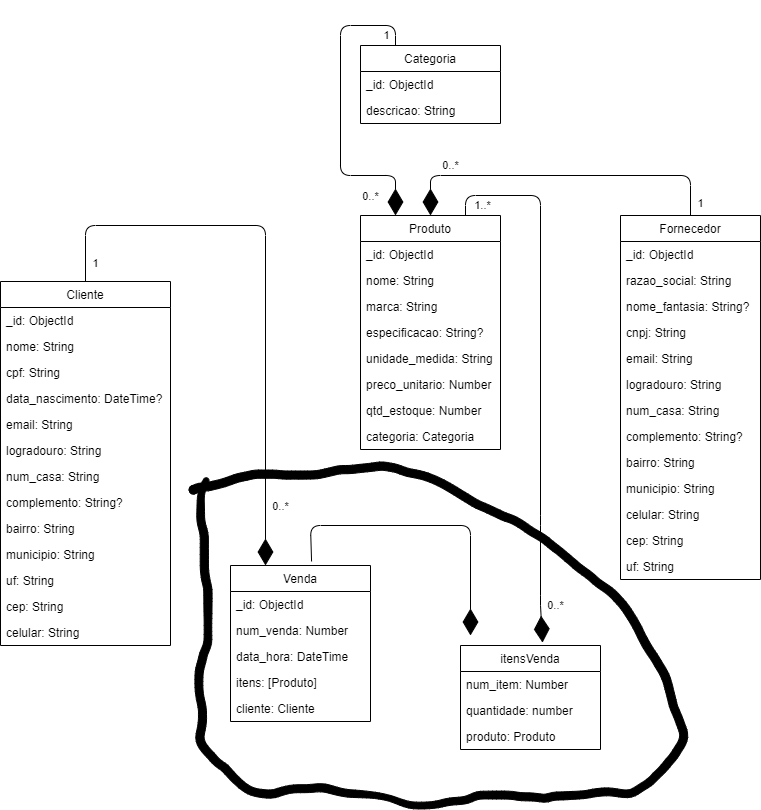
Earlier version of the draw.io export docs/NoAM.png (faustocintra/bn-not-2024-2). Source tidied: cells renumbered, new cells last; positions are measured from the earlier drawing's top-left corner, leaving out a move shared by most shapes.
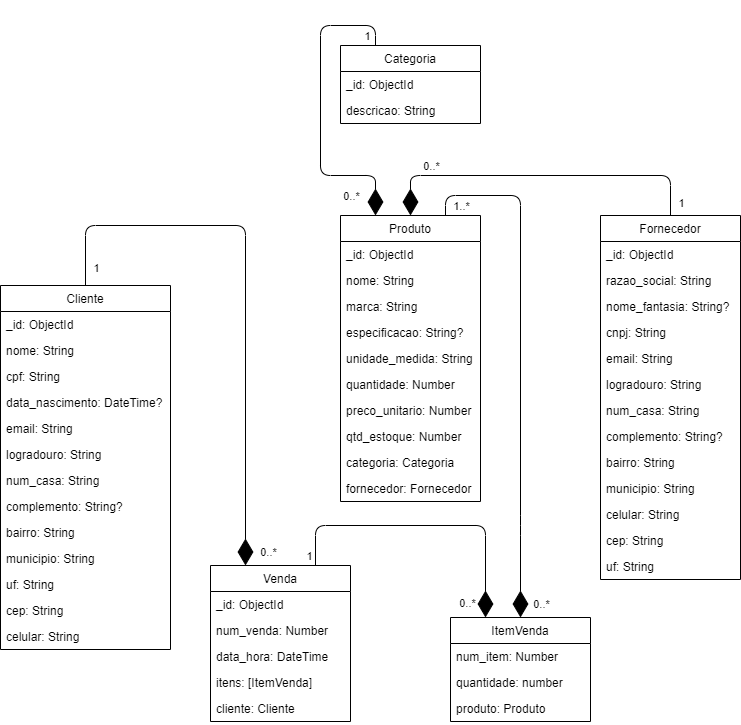
After the change.

The edit, as a diff of the source:
```diff
@@ -3,7 +3,7 @@
     <mxCell id="0" />
     <mxCell id="1" parent="0" />
     <mxCell id="2" value="Cliente" style="swimlane;fontStyle=0;horizontal=1;startSize=26;fillColor=none;" parent="1" vertex="1">
-      <mxGeometry y="256" width="170" height="364" as="geometry" />
+      <mxGeometry x="20" y="260" width="170" height="364" as="geometry" />
     </mxCell>
     <mxCell id="3" value="_id: ObjectId" style="text;strokeColor=none;fillColor=none;align=left;verticalAlign=top;spacingLeft=4;spacingRight=4;overflow=hidden;" parent="2" vertex="1">
       <mxGeometry y="26" width="170" height="26" as="geometry" />
@@ -45,7 +45,7 @@
       <mxGeometry y="338" width="170" height="26" as="geometry" />
     </mxCell>
     <mxCell id="16" value="Produto" style="swimlane;fontStyle=0;horizontal=1;startSize=26;fillColor=none;" parent="1" vertex="1">
-      <mxGeometry x="360" y="190" width="140" height="234" as="geometry" />
+      <mxGeometry x="360" y="190" width="140" height="286" as="geometry" />
     </mxCell>
     <mxCell id="17" value="_id: ObjectId" style="text;strokeColor=none;fillColor=none;align=left;verticalAlign=top;spacingLeft=4;spacingRight=4;overflow=hidden;" parent="16" vertex="1">
       <mxGeometry y="26" width="140" height="26" as="geometry" />
@@ -62,15 +62,21 @@
     <mxCell id="21" value="unidade_medida: String" style="text;strokeColor=none;fillColor=none;align=left;verticalAlign=top;spacingLeft=4;spacingRight=4;overflow=hidden;" parent="16" vertex="1">
       <mxGeometry y="130" width="140" height="26" as="geometry" />
     </mxCell>
+    <mxCell id="66" value="quantidade: Number" style="text;strokeColor=none;fillColor=none;align=left;verticalAlign=top;spacingLeft=4;spacingRight=4;overflow=hidden;" parent="16" vertex="1">
+      <mxGeometry y="156" width="140" height="26" as="geometry" />
+    </mxCell>
     <mxCell id="22" value="preco_unitario: Number" style="text;strokeColor=none;fillColor=none;align=left;verticalAlign=top;spacingLeft=4;spacingRight=4;overflow=hidden;" parent="16" vertex="1">
-      <mxGeometry y="156" width="140" height="26" as="geometry" />
+      <mxGeometry y="182" width="140" height="26" as="geometry" />
     </mxCell>
     <mxCell id="23" value="qtd_estoque: Number" style="text;strokeColor=none;fillColor=none;align=left;verticalAlign=top;spacingLeft=4;spacingRight=4;overflow=hidden;" parent="16" vertex="1">
-      <mxGeometry y="182" width="140" height="26" as="geometry" />
+      <mxGeometry y="208" width="140" height="26" as="geometry" />
     </mxCell>
     <mxCell id="24" value="categoria: Categoria" style="text;strokeColor=none;fillColor=none;align=left;verticalAlign=top;spacingLeft=4;spacingRight=4;overflow=hidden;" parent="16" vertex="1">
-      <mxGeometry y="208" width="140" height="26" as="geometry" />
+      <mxGeometry y="234" width="140" height="26" as="geometry" />
     </mxCell>
+    <mxCell id="67" value="fornecedor: Fornecedor" style="text;strokeColor=none;fillColor=none;align=left;verticalAlign=top;spacingLeft=4;spacingRight=4;overflow=hidden;" parent="16" vertex="1">
+      <mxGeometry y="260" width="140" height="26" as="geometry" />
+    </mxCell>
     <mxCell id="25" value="Categoria" style="swimlane;fontStyle=0;horizontal=1;startSize=26;fillColor=none;" parent="1" vertex="1">
       <mxGeometry x="360" y="20" width="140" height="78" as="geometry" />
     </mxCell>
@@ -92,7 +98,7 @@
     <mxCell id="31" value="data_hora: DateTime" style="text;strokeColor=none;fillColor=none;align=left;verticalAlign=top;spacingLeft=4;spacingRight=4;overflow=hidden;" parent="28" vertex="1">
       <mxGeometry y="78" width="140" height="26" as="geometry" />
     </mxCell>
-    <mxCell id="32" value="itens: [Produto]" style="text;strokeColor=none;fillColor=none;align=left;verticalAlign=top;spacingLeft=4;spacingRight=4;overflow=hidden;" parent="28" vertex="1">
+    <mxCell id="32" value="itens: [ItemVenda]" style="text;strokeColor=none;fillColor=none;align=left;verticalAlign=top;spacingLeft=4;spacingRight=4;overflow=hidden;" parent="28" vertex="1">
       <mxGeometry y="104" width="140" height="26" as="geometry" />
     </mxCell>
     <mxCell id="33" value="cliente: Cliente" style="text;strokeColor=none;fillColor=none;align=left;verticalAlign=top;spacingLeft=4;spacingRight=4;overflow=hidden;" parent="28" vertex="1">
@@ -143,7 +149,7 @@
     <mxCell id="48" style="endArrow=diamondThin;endFill=1;endSize=24;html=1;exitX=0.5;exitY=0;exitDx=0;exitDy=0;entryX=0.25;entryY=0;entryDx=0;entryDy=0;" parent="1" edge="1" source="2" target="28">
       <mxGeometry relative="1" as="geometry">
         <Array as="points">
-          <mxPoint x="85" y="200" />
+          <mxPoint x="105" y="200" />
           <mxPoint x="265" y="200" />
         </Array>
       </mxGeometry>
@@ -155,16 +161,15 @@
     </mxCell>
     <mxCell id="50" value="0..*" style="edgeLabel;html=1;align=center;verticalAlign=middle;" parent="48" vertex="1">
       <mxGeometry x="0.79" y="-1" relative="1" as="geometry">
-        <mxPoint x="16" as="offset" />
+        <mxPoint x="23" y="44" as="offset" />
       </mxGeometry>
     </mxCell>
-    <mxCell id="51" style="endArrow=diamondThin;endFill=1;endSize=24;html=1;exitX=0.75;exitY=0;exitDx=0;exitDy=0;entryX=0.586;entryY=-0.028;entryDx=0;entryDy=0;entryPerimeter=0;" parent="1" edge="1" source="16" target="60">
+    <mxCell id="51" style="endArrow=diamondThin;endFill=1;endSize=24;html=1;exitX=0.75;exitY=0;exitDx=0;exitDy=0;entryX=0.5;entryY=0;entryDx=0;entryDy=0;" parent="1" edge="1" source="16" target="60">
       <mxGeometry relative="1" as="geometry">
         <Array as="points">
           <mxPoint x="465" y="170" />
           <mxPoint x="540" y="170" />
           <mxPoint x="540" y="500" />
-          <mxPoint x="540" y="580" />
         </Array>
       </mxGeometry>
     </mxCell>
@@ -175,7 +180,7 @@
     </mxCell>
     <mxCell id="53" value="0..*" style="edgeLabel;html=1;align=center;verticalAlign=middle;" parent="51" vertex="1">
       <mxGeometry x="0.86" y="-2" relative="1" as="geometry">
-        <mxPoint x="17" as="offset" />
+        <mxPoint x="22" y="22" as="offset" />
       </mxGeometry>
     </mxCell>
     <mxCell id="54" style="endArrow=diamondThin;endFill=1;endSize=24;html=1;entryX=0.25;entryY=0;entryDx=0;entryDy=0;exitX=0.25;exitY=0;exitDx=0;exitDy=0;" parent="1" edge="1" source="25" target="16">
@@ -216,29 +221,35 @@
         <mxPoint x="11" as="offset" />
       </mxGeometry>
     </mxCell>
-    <mxCell id="60" value="itensVenda" style="swimlane;fontStyle=0;horizontal=1;startSize=26;fillColor=none;" parent="1" vertex="1">
-      <mxGeometry x="460" y="620" width="140" height="104" as="geometry" />
+    <mxCell id="60" value="ItemVenda" style="swimlane;fontStyle=0;horizontal=1;startSize=26;fillColor=none;" parent="1" vertex="1">
+      <mxGeometry x="470" y="592" width="140" height="104" as="geometry" />
     </mxCell>
-    <mxCell id="61" value="num_item: Number" style="text;strokeColor=none;fillColor=none;align=left;verticalAlign=top;spacingLeft=4;spacingRight=4;overflow=hidden;" parent="60" vertex="1">
-      <mxGeometry y="26" width="140" height="26" as="geometry" />
-    </mxCell>
-    <mxCell id="62" value="quantidade: number" style="text;strokeColor=none;fillColor=none;align=left;verticalAlign=top;spacingLeft=4;spacingRight=4;overflow=hidden;" parent="60" vertex="1">
-      <mxGeometry y="52" width="140" height="26" as="geometry" />
+    <mxCell id="62" value="num_item: Number" style="text;strokeColor=none;fillColor=none;align=left;verticalAlign=top;spacingLeft=4;spacingRight=4;overflow=hidden;" parent="60" vertex="1">
+      <mxGeometry y="26" width="140" height="26" as="geometry" />
     </mxCell>
-    <mxCell id="63" value="produto: Produto" style="text;strokeColor=none;fillColor=none;align=left;verticalAlign=top;spacingLeft=4;spacingRight=4;overflow=hidden;" parent="60" vertex="1">
-      <mxGeometry y="78" width="140" height="26" as="geometry" />
+    <mxCell id="63" value="quantidade: number" style="text;strokeColor=none;fillColor=none;align=left;verticalAlign=top;spacingLeft=4;spacingRight=4;overflow=hidden;" parent="60" vertex="1">
+      <mxGeometry y="52" width="140" height="26" as="geometry" />
     </mxCell>
+    <mxCell id="61" value="produto: Produto" style="text;strokeColor=none;fillColor=none;align=left;verticalAlign=top;spacingLeft=4;spacingRight=4;overflow=hidden;" parent="60" vertex="1">
+      <mxGeometry y="78" width="140" height="26" as="geometry" />
+    </mxCell>
-    <mxCell id="64" style="endArrow=diamondThin;endFill=1;endSize=24;html=1;exitX=0.579;exitY=-0.026;exitDx=0;exitDy=0;exitPerimeter=0;" parent="1" edge="1" source="28">
+    <mxCell id="64" style="endArrow=diamondThin;endFill=1;endSize=24;html=1;entryX=0.25;entryY=0;entryDx=0;entryDy=0;exitX=0.75;exitY=0;exitDx=0;exitDy=0;" parent="1" edge="1" source="28" target="60">
       <mxGeometry relative="1" as="geometry">
-        <mxPoint x="470" y="610" as="targetPoint" />
         <Array as="points">
-          <mxPoint x="310" y="500" />
-          <mxPoint x="470" y="500" />
+          <mxPoint x="335" y="500" />
+          <mxPoint x="505" y="500" />
         </Array>
       </mxGeometry>
     </mxCell>
-    <mxCell id="65" style="shape=(stored shape, 6820 characters);lineShape=1;" parent="1" vertex="1">
-      <mxGeometry x="188.7" y="436.5" width="498.5" height="347" as="geometry" />
-    </mxCell>
+    <mxCell id="68" value="0..*" style="edgeLabel;html=1;align=center;verticalAlign=middle;" parent="64" vertex="1">
+      <mxGeometry x="0.77" y="-1" relative="1" as="geometry">
+        <mxPoint x="-18" y="20" as="offset" />
+      </mxGeometry>
+    </mxCell>
+    <mxCell id="69" value="1" style="edgeLabel;html=1;align=center;verticalAlign=middle;" parent="64" vertex="1">
+      <mxGeometry x="-0.93" y="2" relative="1" as="geometry">
+        <mxPoint x="-5" as="offset" />
+      </mxGeometry>
+    </mxCell>
   </root>
 </mxGraphModel>
```
